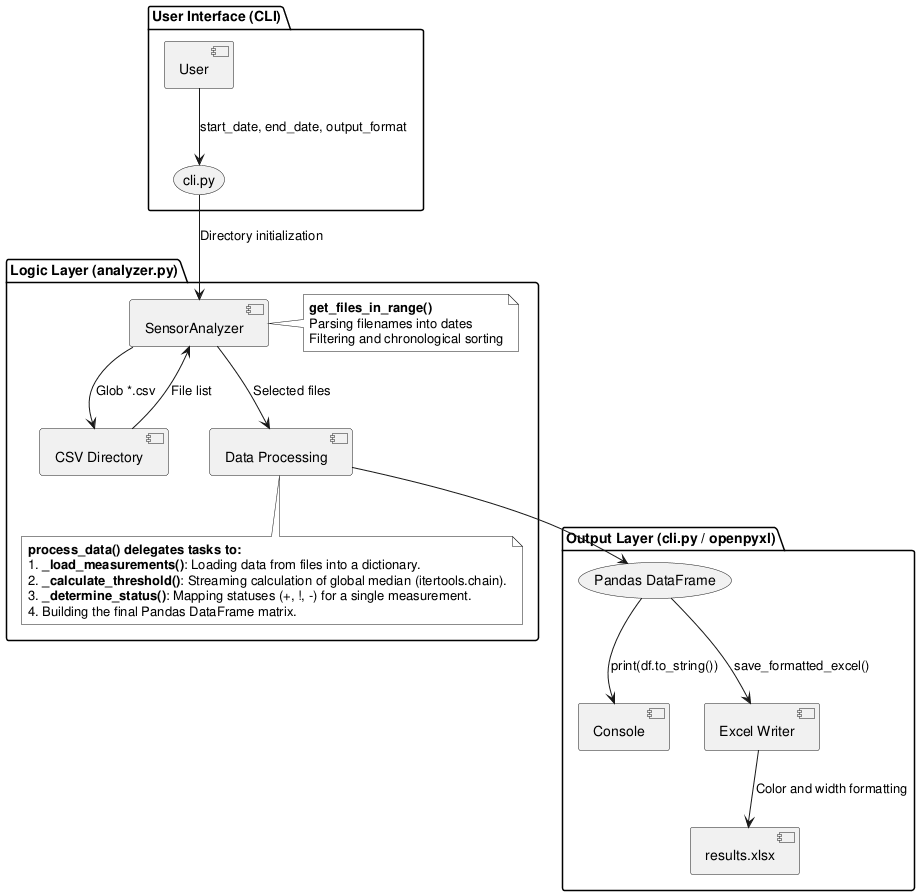
This is data_flow.png from mikejaniga/pw-sensor-analyzer, a PlantUML export, as it was before one commit. Source of this version:
```plantuml
@startuml
skinparam monochrome true
skinparam shadowing false

package "User Interface (CLI)" {
    [User] --> (cli.py) : start_date, end_date, output_format
}

package "Logic Layer (analyzer.py)" {
    (cli.py) --> [SensorAnalyzer] : Directory initialization
    [SensorAnalyzer] --> [CSV Directory] : Glob *.csv
    [CSV Directory] --> [SensorAnalyzer] : File list

    note right of [SensorAnalyzer]
        **get_files_in_range()**
        Parsing filenames into dates
        Filtering and chronological sorting
    end note

    [SensorAnalyzer] --> [Data Processing] : Selected files

    note bottom of [Data Processing]
        **process_data() delegates tasks to:**
        1. **_load_measurements()**: Loading data from files into a dictionary.
        2. **_calculate_threshold()**: Streaming calculation of global median (itertools.chain).
        3. **_determine_status()**: Mapping statuses (+, !, -) for a single measurement.
        4. Building the final Pandas DataFrame matrix.
    end note
}

package "Output Layer (cli.py / openpyxl)" {
    [Data Processing] --> (Pandas DataFrame)
    (Pandas DataFrame) --> [Console] : print(df.to_string())
    (Pandas DataFrame) --> [Excel Writer] : save_formatted_excel()

    [Excel Writer] --> [results.xlsx] : Color and width formatting
}
@enduml
```
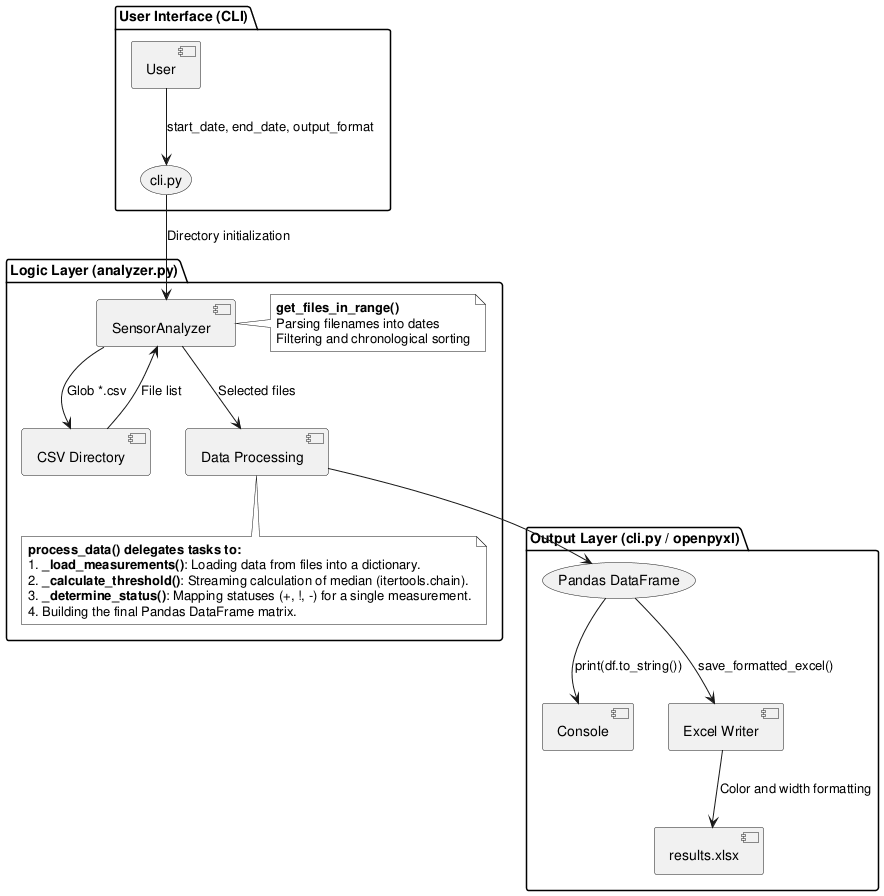
After the commit.

Commit message:
org-babel workflow fix

Diff of the diagram source:
```diff
@@ -22,7 +22,7 @@
     note bottom of [Data Processing]
         **process_data() delegates tasks to:**
         1. **_load_measurements()**: Loading data from files into a dictionary.
-        2. **_calculate_threshold()**: Streaming calculation of global median (itertools.chain).
+        2. **_calculate_threshold()**: Streaming calculation of median (itertools.chain).
         3. **_determine_status()**: Mapping statuses (+, !, -) for a single measurement.
         4. Building the final Pandas DataFrame matrix.
     end note
```
